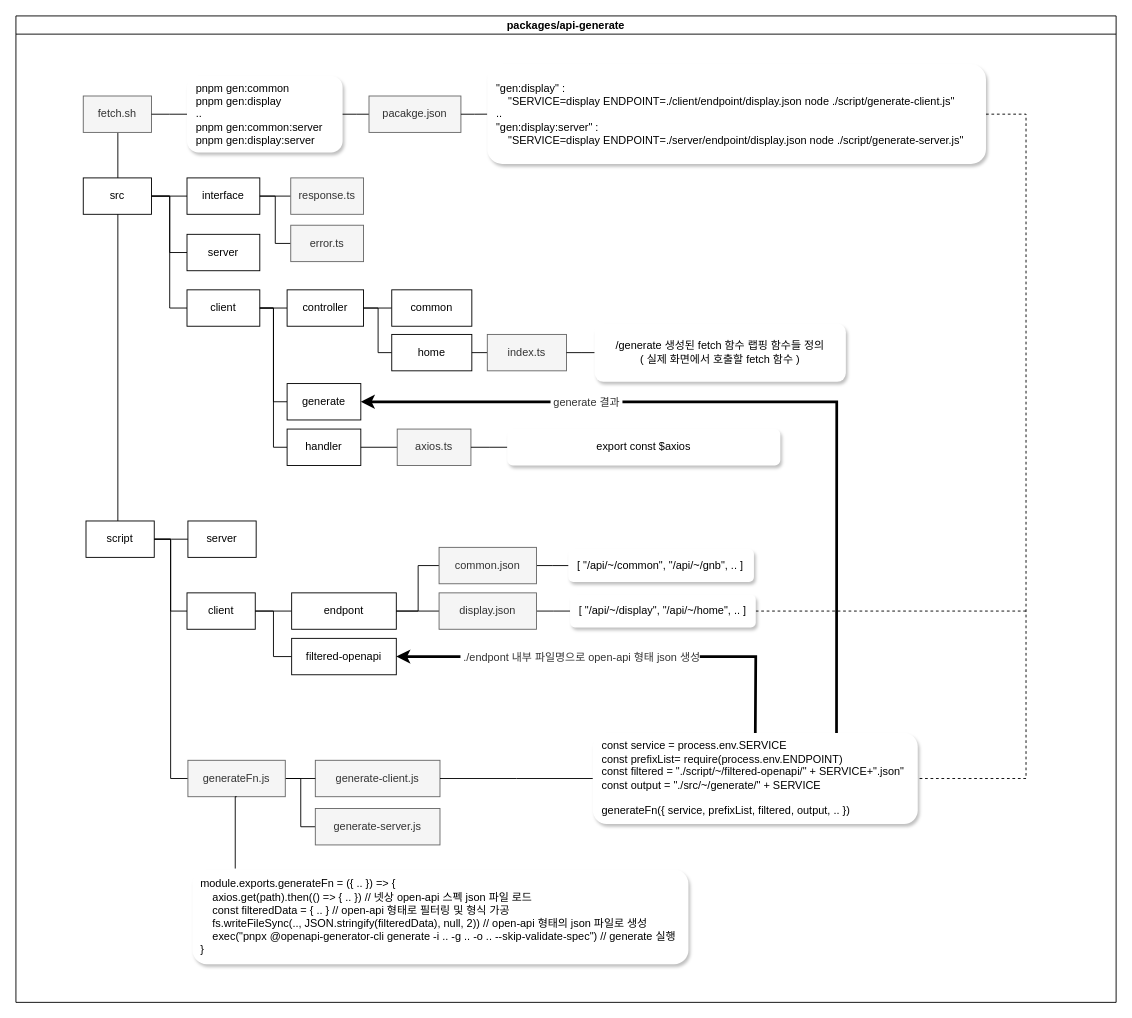
The draw.io diagram openapi-generator-cli.drawio in wddo/drawio, before the edit. Source tidied: cells renumbered, new cells numbered last; positions are measured from the earlier drawing's top-left corner, leaving out a move shared by most shapes. Both pictures are drawn from the tidied source at 91%, with x=0, y=0 at pixel (15, 15).
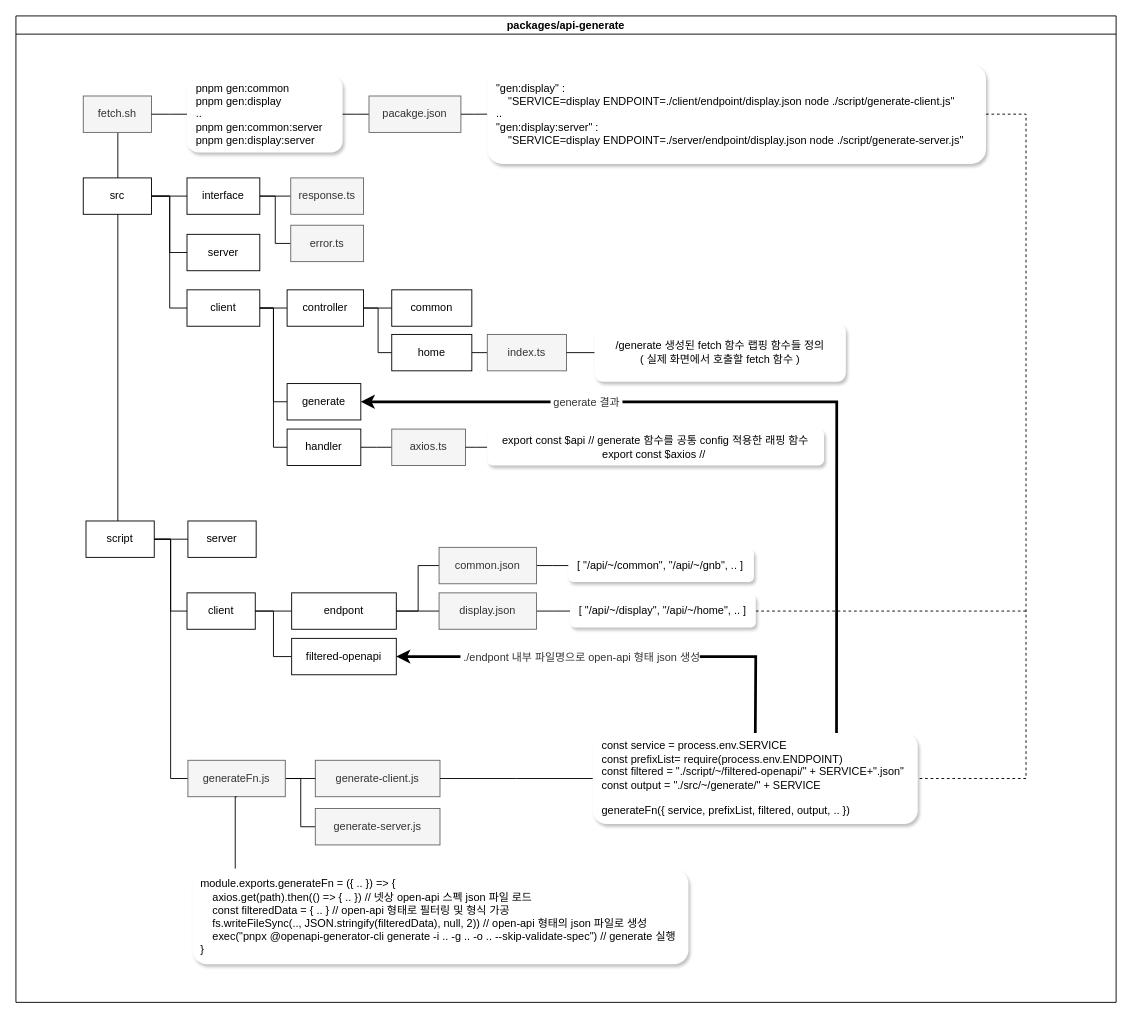
After the change.

The change refers to these unchanged cells:
```xml
<mxCell id="2" value="packages/api-generate" style="swimlane;startSize=20;horizontal=1;containerType=tree;align=center;" parent="1" vertex="1">
  <mxGeometry width="1209" height="1084" as="geometry" />
</mxCell>
```

Diff of the diagram source:
```diff
@@
     <mxCell id="67" value="axios.ts" style="whiteSpace=wrap;html=1;newEdgeStyle={&quot;edgeStyle&quot;:&quot;elbowEdgeStyle&quot;,&quot;startArrow&quot;:&quot;none&quot;,&quot;endArrow&quot;:&quot;none&quot;};fillColor=#f5f5f5;fontColor=#333333;strokeColor=#666666;" parent="2" vertex="1">
-      <mxGeometry x="419" y="454" width="81" height="40" as="geometry" />
+      <mxGeometry x="413" y="454" width="81" height="40" as="geometry" />
     </mxCell>
@@
-    <mxCell id="69" value="export const $axios" style="whiteSpace=wrap;html=1;newEdgeStyle={&quot;edgeStyle&quot;:&quot;elbowEdgeStyle&quot;,&quot;startArrow&quot;:&quot;none&quot;,&quot;endArrow&quot;:&quot;none&quot;};align=center;verticalAlign=middle;shadow=1;strokeColor=none;labelBorderColor=none;rounded=1;glass=0;spacing=9;" parent="2" vertex="1">
-      <mxGeometry x="540" y="454" width="300" height="40" as="geometry" />
+    <mxCell id="69" value="export const $api // generate 함수를 공통&amp;nbsp;config 적용한 래핑 함수&lt;div&gt;export const $axios //&amp;nbsp;&lt;/div&gt;" style="whiteSpace=wrap;html=1;newEdgeStyle={&quot;edgeStyle&quot;:&quot;elbowEdgeStyle&quot;,&quot;startArrow&quot;:&quot;none&quot;,&quot;endArrow&quot;:&quot;none&quot;};align=center;verticalAlign=middle;shadow=1;strokeColor=none;labelBorderColor=none;rounded=1;glass=0;spacing=9;" parent="2" vertex="1">
+      <mxGeometry x="518" y="454" width="370" height="40" as="geometry" />
     </mxCell>
```
